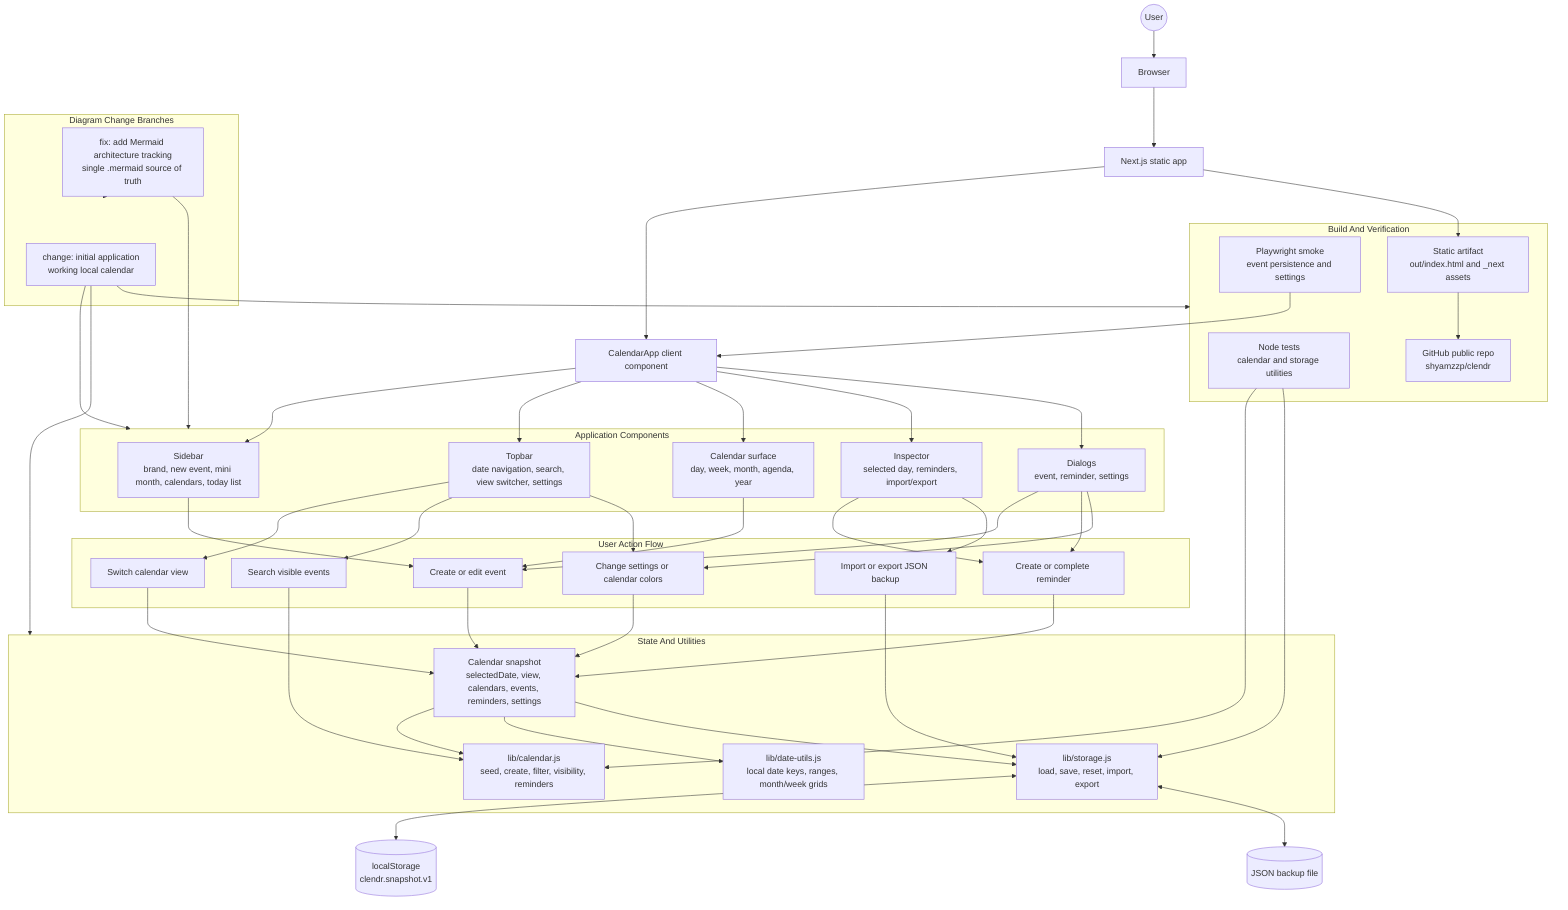
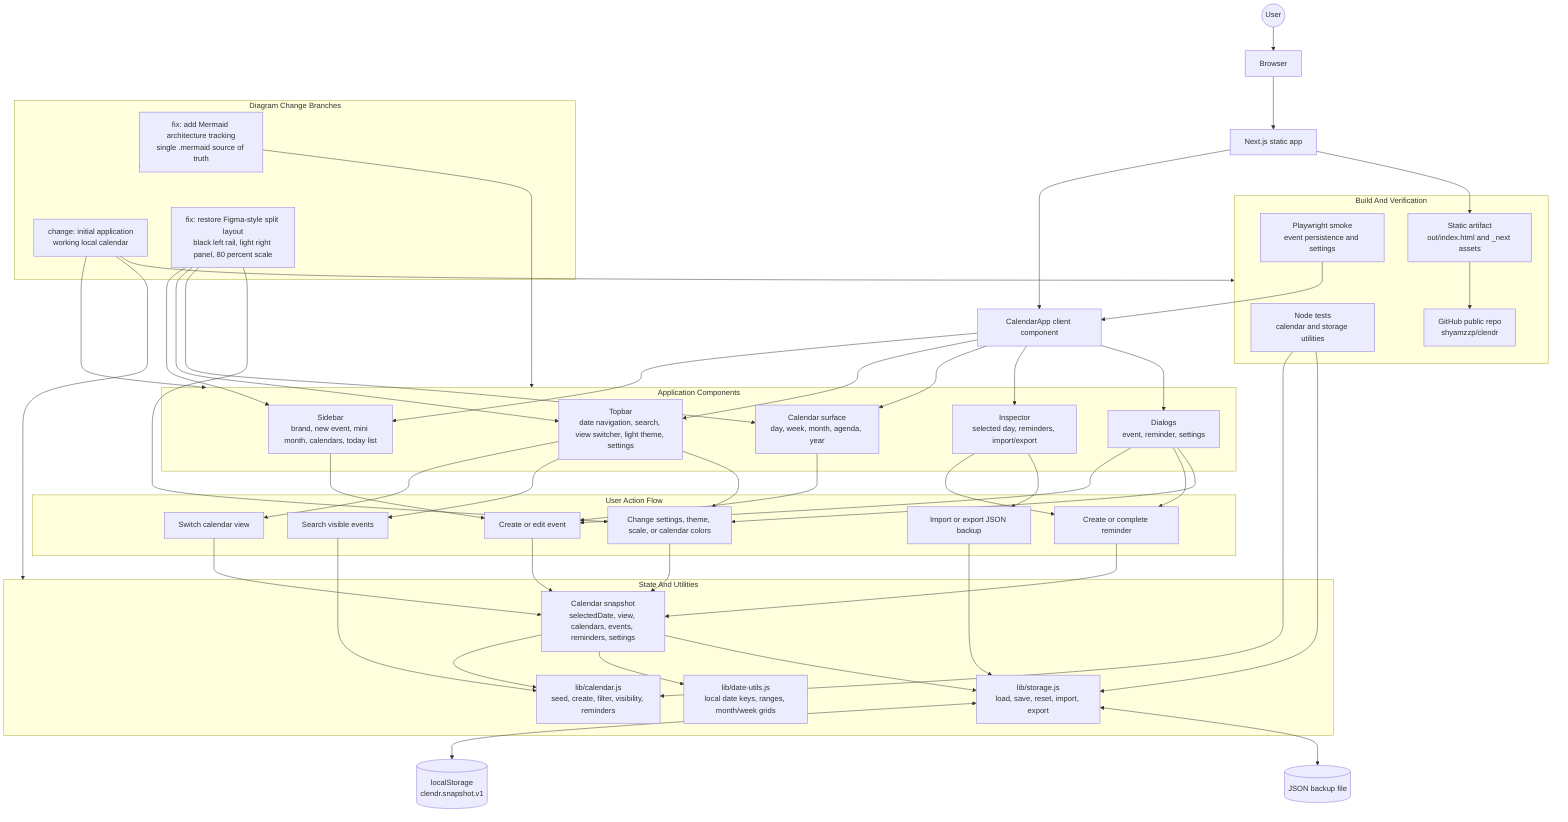
%% Clendr application architecture and user action flow.
%% Keep this folder to a single file. Update this diagram whenever a feature,
%% change, or fix modifies application behavior.

flowchart TB
  user((User))
  browser[Browser]
  next[Next.js static app]
  app[CalendarApp client component]
  storage[(localStorage<br/>clendr.snapshot.v1)]
  exportFile[(JSON backup file)]

  subgraph UI[Application Components]
    sidebar[Sidebar<br/>brand, new event, mini month, calendars, today list]
-     topbar[Topbar<br/>date navigation, search, view switcher, settings]
+     topbar[Topbar<br/>date navigation, search, view switcher, light theme, settings]
    surface[Calendar surface<br/>day, week, month, agenda, year]
    inspector[Inspector<br/>selected day, reminders, import/export]
    dialogs[Dialogs<br/>event, reminder, settings]
  end

  subgraph State[State And Utilities]
    snapshot[Calendar snapshot<br/>selectedDate, view, calendars, events, reminders, settings]
    calendarUtils[lib/calendar.js<br/>seed, create, filter, visibility, reminders]
    dateUtils[lib/date-utils.js<br/>local date keys, ranges, month/week grids]
    storageUtils[lib/storage.js<br/>load, save, reset, import, export]
  end

  subgraph Actions[User Action Flow]
    createEvent[Create or edit event]
    createReminder[Create or complete reminder]
    switchView[Switch calendar view]
-     changeSettings[Change settings or calendar colors]
+     changeSettings[Change settings, theme, scale, or calendar colors]
    searchEvents[Search visible events]
    backupData[Import or export JSON backup]
  end

  subgraph Build[Build And Verification]
    tests[Node tests<br/>calendar and storage utilities]
    smoke[Playwright smoke<br/>event persistence and settings]
    staticExport[Static artifact<br/>out/index.html and _next assets]
    github[GitHub public repo<br/>shyamzzp/clendr]
  end

  subgraph ChangeLog[Diagram Change Branches]
    c001[change: initial application<br/>working local calendar]
    fix001[fix: add Mermaid architecture tracking<br/>single .mermaid source of truth]
+     fix002[fix: restore Figma-style split layout<br/>black left rail, light right panel, 80 percent scale]
  end

  user --> browser --> next --> app
  app --> sidebar
  app --> topbar
  app --> surface
  app --> inspector
  app --> dialogs

  sidebar --> createEvent
  topbar --> switchView
  topbar --> searchEvents
  topbar --> changeSettings
  surface --> createEvent
  inspector --> createReminder
  inspector --> backupData
  dialogs --> createEvent
  dialogs --> createReminder
  dialogs --> changeSettings

  createEvent --> snapshot
  createReminder --> snapshot
  switchView --> snapshot
  changeSettings --> snapshot
  searchEvents --> calendarUtils
  backupData --> storageUtils

  snapshot --> calendarUtils
  snapshot --> dateUtils
  snapshot --> storageUtils
  storageUtils <--> storage
  storageUtils <--> exportFile

  tests --> calendarUtils
  tests --> storageUtils
  smoke --> app
  next --> staticExport
  staticExport --> github

  c001 --> UI
  c001 --> State
  c001 --> Build
  fix001 --> ChangeLog
  fix001 --> UI
- 
+   fix002 --> sidebar
+   fix002 --> topbar
+   fix002 --> surface
+   fix002 --> changeSettings
